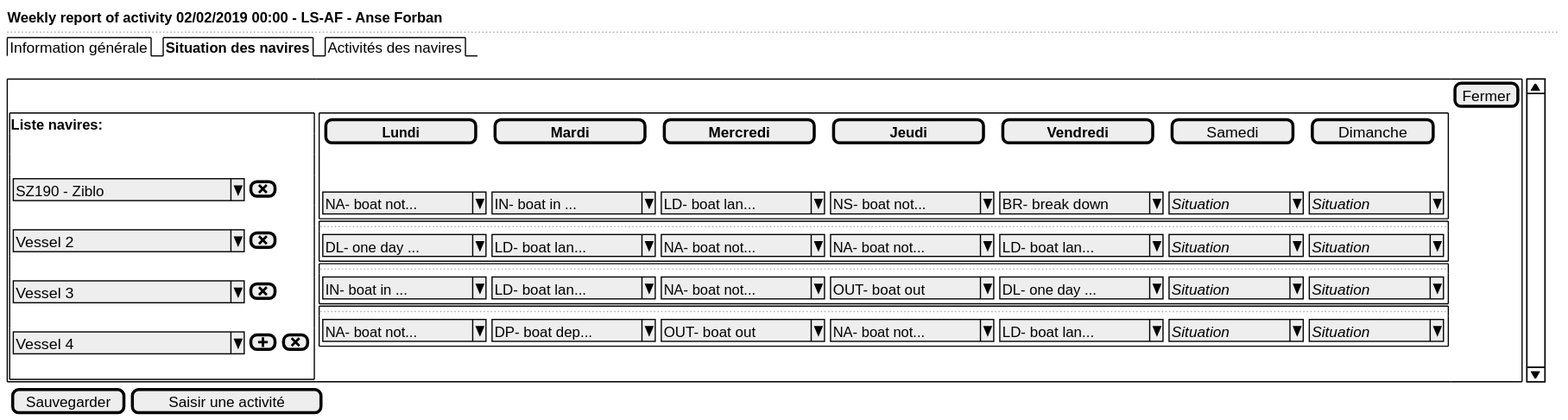
The PlantUML diagram use-case/collect/trip/weekly-ui-situation-desktop.svg in sumaris-net/sumaris-doc, before a commit. Its source is kept beside it as use-case/collect/trip/weekly-ui-situation-desktop.puml.
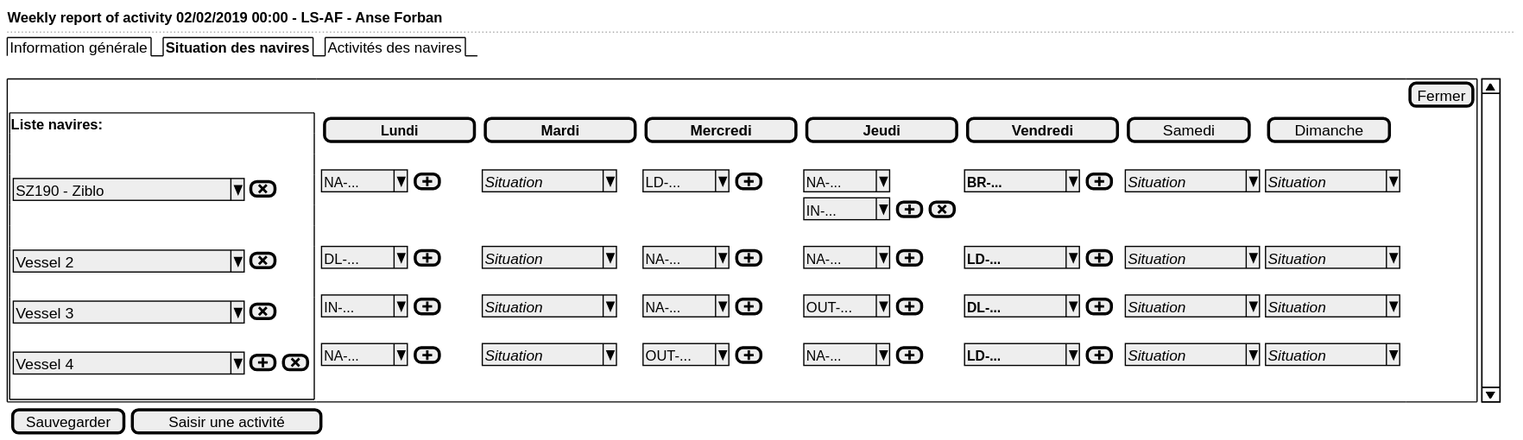
Above is the later version.

Commit message:
updating collect.md and updating weekly situation and weekly activity screens

What changed in the source:
```diff
@@ -12,6 +12,7 @@
           .
           {{ ^SZ190 - Ziblo         ^ | [<&x>]}}
           .
+          .
           {{ ^Vessel 2              ^ | [<&x>]}}
           .
           {{ ^Vessel 3              ^ | [<&x>]}}
@@ -21,31 +22,18 @@
       }
       } |
       {
-          {+
-            {
-                {[<b>Lundi       ]} | {[<b>Mardi       ]} | {[<b>Mercredi    ]} | {[<b>Jeudi       ]} | {[<b>Vendredi    ]} | {[Samedi      ]} | {[Dimanche    ]}
-                .
-                .
-                { ^NA- boat not...^} | { ^IN- boat in ...^} | { ^LD- boat lan...^} | { ^NS- boat not...^} | { ^BR- break down ^} | { ^<i>Situation^} | { ^<i>Situation^}
-            }
-          }
-          {+
-            ..
-                {
-                    { ^DL- one day ...^} | { ^LD- boat lan...^} | { ^NA- boat not...^} | { ^NA- boat not...^} | { ^LD- boat lan...^} | { ^<i>Situation^} |  { ^<i>Situation^}
-                }
-          }
-          {+
-            ..
-                {
-                    { ^IN- boat in ...^} | { ^LD- boat lan...^} | { ^NA- boat not...^} | { ^OUT- boat out  ^} | { ^DL- one day ...^} | { ^<i>Situation^} |  { ^<i>Situation^}
-                }
-          }
-          {+
-            ..
-                {
-                    { ^NA- boat not...^} | { ^DP- boat dep...^} | { ^OUT- boat out  ^} | { ^NA- boat not...^} | { ^LD- boat lan...^} | { ^<i>Situation^} |  { ^<i>Situation^}
-                }
+          {
+            {[<b>Lundi       ]} | {[<b>Mardi       ]} | {[<b>Mercredi    ]} | {[<b>Jeudi       ]} | {[<b>Vendredi    ]} | {[Samedi      ]} | {[Dimanche    ]}
+            .
+            { ^NA-... ^ | {[<&plus>]}} | { ^<i>Situation^} | { ^LD-... ^| {[<&plus>]}} | { ^NA-... ^} | { ^<b>BR-... ^| {[<&plus>]}} | { ^<i>Situation^} | { ^<i>Situation^}
+            .           | .            | .                 | { ^IN-... ^  | {[<&plus>] | [<&x>]}}     | .                            | .                 | .
+            .
+            { ^DL-... ^| {[<&plus>]}} | { ^<i>Situation^} | { ^NA-... ^| {[<&plus>]}} | { ^NA-... ^| {[<&plus>]}} | { ^<b>LD-... ^| {[<&plus>]}} | { ^<i>Situation^} |  { ^<i>Situation^}
+            .
+            { ^IN-... ^| {[<&plus>]}} | { ^<i>Situation^} | { ^NA-... ^| {[<&plus>]}} | { ^OUT-...^| {[<&plus>]}} | { ^<b>DL-... ^| {[<&plus>]}} | { ^<i>Situation^} |  { ^<i>Situation^}
+            .
+            { ^NA-... ^| {[<&plus>]}} | { ^<i>Situation^} | { ^OUT-...^| {[<&plus>]}} | { ^NA-... ^| {[<&plus>]}} | { ^<b>LD-... ^| {[<&plus>]}} | { ^<i>Situation^} |  { ^<i>Situation^}
+            .
           }
       }
   }
```
